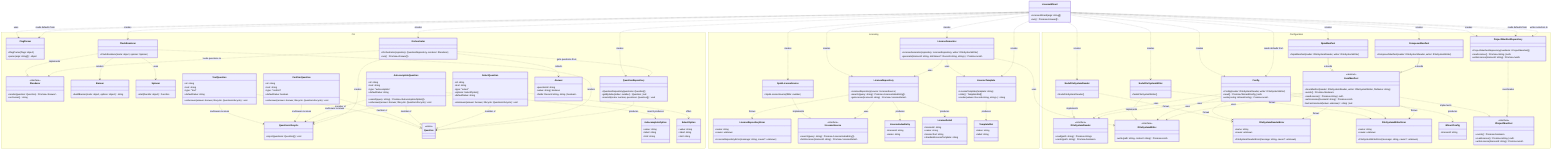
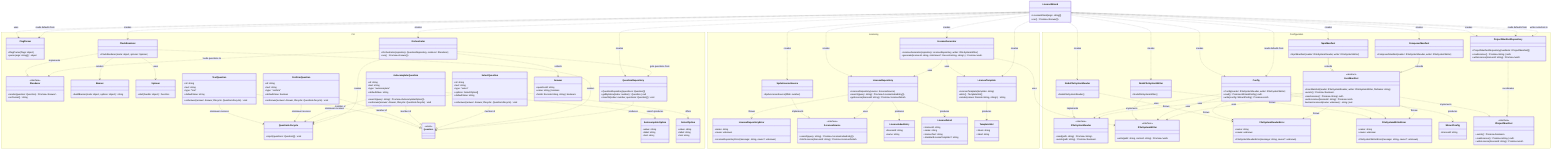
classDiagram
  direction TB

  class LicenseWizard {
    +LicenseWizard(args: string[])
    +run() Promise~Answer[]~
  }

  namespace CLI {
    class FlagParser {
      +FlagParser(flags: object)
      +parse(args: string[]) object
    }

    class Orchestrator {
      +Orchestrator(repository: QuestionRepository, renderer: IRenderer)
      +run() Promise~Answer[]~
    }

    class IRenderer {
      <<interface>>
      +render(question: Question) Promise~Answer~
      +onCancel() string
    }

    class ClackRenderer {
      +ClackRenderer(meta: object, spinner: Spinner)
    }

    class Banner {
      +buildBanner(meta: object, options: object) string
    }

    class Spinner {
      +start(handle: object) Function
    }

    class QuestionRepository {
      +QuestionRepository(questions: Question[])
      +getByIndex(index: number) Question | null
      +insertAt(index: number, questions: Question[]) void
    }

    class QuestionLifecycle {
      +inject(questions: Question[]) void
    }

    class Question {
      <<union>>
    }

    class TextQuestion {
      +id: string
      +text: string
      +type: "text"
      +defaultValue: string
      +onAnswer(answer: Answer, lifecycle: QuestionLifecycle) void
    }

    class ConfirmQuestion {
      +id: string
      +text: string
      +type: "confirm"
      +defaultValue: boolean
      +onAnswer(answer: Answer, lifecycle: QuestionLifecycle) void
    }

    class AutocompleteQuestion {
      +id: string
      +text: string
      +type: "autocomplete"
      +defaultValue: string
      +search(query: string) Promise~AutocompleteOption[]~
      +onAnswer(answer: Answer, lifecycle: QuestionLifecycle) void
    }

    class AutocompleteOption {
      +value: string
      +label: string
      +hint: string
    }

    class SelectQuestion {
      +id: string
      +text: string
      +type: "select"
      +options: SelectOption[]
      +defaultValue: string
      +onAnswer(answer: Answer, lifecycle: QuestionLifecycle) void
    }

    class SelectOption {
      +value: string
      +label: string
      +hint: string
    }

    class Answer {
      +questionId: string
      +value: string | boolean
      +fields: Record~string, string | boolean~
    }
  }

  namespace Licensing {
    class LicenseRepository {
      +LicenseRepository(source: ILicenseSource)
      +search(query: string) Promise~LicenseIndexEntry[]~
      +getLicense(licenseId: string) Promise~LicenseDetail~
    }

    class LicenseRepositoryError {
      +name: string
      +cause: unknown
      +LicenseRepositoryError(message: string, cause?: unknown)
    }

    class ILicenseSource {
      <<interface>>
      +search(query: string) Promise~LicenseIndexEntry[]~
      +fetchLicense(licenseId: string) Promise~LicenseDetail~
    }

    class SpdxLicenseSource {
      +SpdxLicenseSource(ttlMs: number)
    }

    class LicenseIndexEntry {
      +licenseId: string
      +name: string
    }

    class LicenseDetail {
      +licenseId: string
      +name: string
      +licenseText: string
-       +standardLicenseTemplate: string
+       +standardLicenseTemplate?: string
    }

    class LicenseTemplate {
      +LicenseTemplate(template: string)
      +slots() TemplateSlot[]
      +render(values: Record~string, string~) string
    }

    class TemplateSlot {
      +token: string
      +label: string
    }

    class LicenseGenerator {
      +LicenseGenerator(repository: LicenseRepository, writer: IFileSystemWriter)
      +generate(licenseId: string, slotValues?: Record~string, string~) Promise~void~
    }
  }

  namespace Configuration {
    class IFileSystemReader {
      <<interface>>
      +read(path: string) Promise~string~
      +exists(path: string) Promise~boolean~
    }

    class IFileSystemWriter {
      <<interface>>
      +write(path: string, content: string) Promise~void~
    }

    class NodeFileSystemReader {
      +NodeFileSystemReader()
    }

    class NodeFileSystemWriter {
      +NodeFileSystemWriter()
    }

    class FileSystemReaderError {
      +name: string
      +cause: unknown
      +FileSystemReaderError(message: string, cause?: unknown)
    }

    class FileSystemWriterError {
      +name: string
      +cause: unknown
      +FileSystemWriterError(message: string, cause?: unknown)
    }

    class WizardConfig {
      +licenseId: string
    }

    class Config {
      +Config(reader: IFileSystemReader, writer: IFileSystemWriter)
      +read() Promise~WizardConfig | null~
      +write(config: WizardConfig) Promise~void~
    }

    class IProjectManifest {
      <<interface>>
      +exists() Promise~boolean~
      +readLicense() Promise~string | null~
      +writeLicense(licenseId: string) Promise~void~
    }

    class JsonManifest {
      <<abstract>>
      +JsonManifest(reader: IFileSystemReader, writer: IFileSystemWriter, fileName: string)
      +exists() Promise~boolean~
      +readLicense() Promise~string | null~
      +writeLicense(licenseId: string) Promise~void~
      #extractLicenseId(value: unknown)* string | null
    }

    class NpmManifest {
      +NpmManifest(reader: IFileSystemReader, writer: IFileSystemWriter)
    }

    class ComposerManifest {
      +ComposerManifest(reader: IFileSystemReader, writer: IFileSystemWriter)
    }

    class ProjectManifestRepository {
      +ProjectManifestRepository(manifests: IProjectManifest[])
      +readLicense() Promise~string | null~
      +writeLicense(licenseId: string) Promise~void~
    }
  }

  TextQuestion ..|> Question : member of
  ConfirmQuestion ..|> Question : member of
  AutocompleteQuestion ..|> Question : member of
  SelectQuestion ..|> Question : member of
  TextQuestion ..> QuestionLifecycle : onAnswer receives
  ConfirmQuestion ..> QuestionLifecycle : onAnswer receives
  AutocompleteQuestion ..> QuestionLifecycle : onAnswer receives
  SelectQuestion ..> QuestionLifecycle : onAnswer receives
  SelectQuestion ..> SelectOption : offers
  Orchestrator ..> QuestionLifecycle : creates
  ClackRenderer ..|> IRenderer : implements
  ClackRenderer ..> Spinner : uses
  ClackRenderer ..> Banner : renders
  LicenseWizard ..> FlagParser : uses
  LicenseWizard ..> FlagParser : reads defaults from
  LicenseWizard ..> QuestionRepository : creates
  LicenseWizard ..> ClackRenderer : creates
  LicenseWizard ..> Orchestrator : creates
  LicenseWizard ..> SpdxLicenseSource : creates
  LicenseWizard ..> LicenseRepository : creates
  LicenseWizard ..> LicenseGenerator : creates
  Orchestrator ..> QuestionRepository : gets questions from
  Orchestrator ..> IRenderer : feeds questions to
  ClackRenderer ..> Question : renders
  QuestionRepository ..> Question : produces
  AutocompleteQuestion ..> AutocompleteOption : search produces
  Orchestrator ..> Answer : collects
  SpdxLicenseSource ..|> ILicenseSource : implements
  LicenseRepository ..> ILicenseSource : uses
  LicenseRepository ..> LicenseIndexEntry : produces
  LicenseRepository ..> LicenseDetail : produces
  LicenseRepository ..> LicenseRepositoryError : throws
  LicenseGenerator ..> LicenseRepository : uses
  LicenseGenerator ..> IFileSystemWriter : uses
  LicenseGenerator ..> LicenseTemplate : uses
  LicenseTemplate ..> TemplateSlot : produces
  LicenseWizard ..> LicenseTemplate : creates
  NodeFileSystemReader ..|> IFileSystemReader : implements
  NodeFileSystemWriter ..|> IFileSystemWriter : implements
  NodeFileSystemReader ..> FileSystemReaderError : throws
  NodeFileSystemWriter ..> FileSystemWriterError : throws
  Config ..> IFileSystemReader : uses
  Config ..> IFileSystemWriter : uses
  Config ..> WizardConfig : produces
  Config ..> FileSystemReaderError : throws
  Config ..> FileSystemWriterError : throws
  JsonManifest ..|> IProjectManifest : implements
  NpmManifest --|> JsonManifest : extends
  ComposerManifest --|> JsonManifest : extends
  JsonManifest ..> IFileSystemReader : uses
  JsonManifest ..> IFileSystemWriter : uses
  JsonManifest ..> FileSystemReaderError : throws
  JsonManifest ..> FileSystemWriterError : throws
  ProjectManifestRepository ..> IProjectManifest : coordinates
  LicenseWizard ..> NodeFileSystemReader : creates
  LicenseWizard ..> NodeFileSystemWriter : creates
  LicenseWizard ..> Config : creates
  LicenseWizard ..> Config : reads defaults from
  LicenseWizard ..> NpmManifest : creates
  LicenseWizard ..> ComposerManifest : creates
  LicenseWizard ..> ProjectManifestRepository : creates
  LicenseWizard ..> ProjectManifestRepository : reads defaults from
  LicenseWizard ..> ProjectManifestRepository : writes selection to
